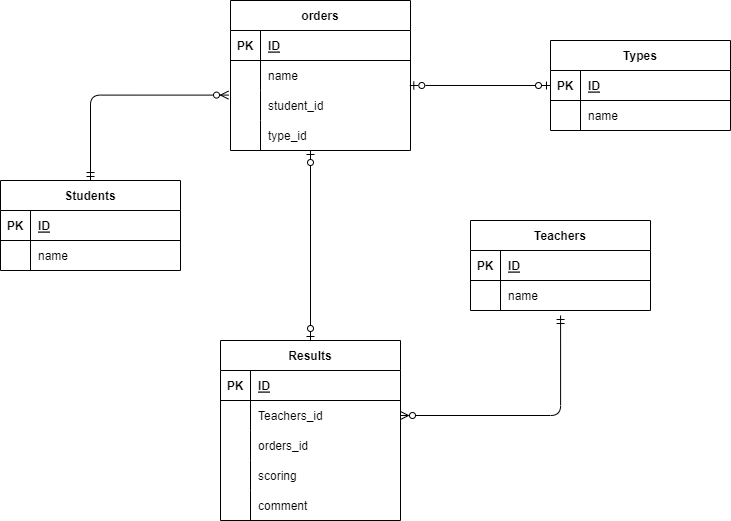
The draw.io diagram index.drawio.png in masshii/datebasesekkei-enshuumondai, before a commit. Source tidied: cells renumbered, new cells last; positions are measured from the earlier drawing's top-left corner, leaving out a move shared by most shapes.
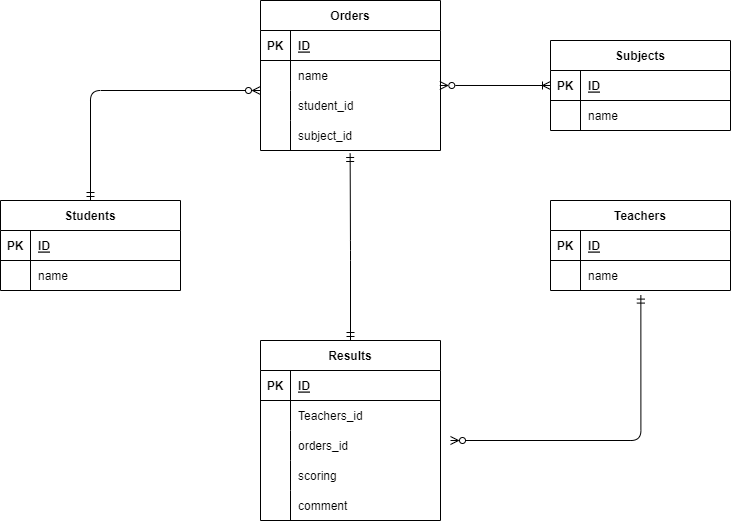
The same diagram one commit later.

What changed in the source:
```diff
@@ -2,8 +2,8 @@
   <root>
     <mxCell id="0" />
     <mxCell id="1" parent="0" />
-    <mxCell id="2" value="orders" style="shape=table;startSize=30;rowLines=0;fontStyle=1;align=center;" parent="1" vertex="1">
-      <mxGeometry x="230" width="180" height="150" as="geometry" />
+    <mxCell id="2" value="Orders" style="shape=table;startSize=30;rowLines=0;fontStyle=1;align=center;" parent="1" vertex="1">
+      <mxGeometry x="260" width="180" height="150" as="geometry" />
     </mxCell>
     <mxCell id="3" style="shape=partialRectangle;fillColor=none;top=0;left=0;bottom=1;right=0;" parent="2" vertex="1">
       <mxGeometry y="30" width="180" height="30" as="geometry" />
@@ -38,14 +38,19 @@
     <mxCell id="13" style="shape=partialRectangle;fillColor=none;top=0;left=0;bottom=0;right=0;overflow=hidden;" parent="12" vertex="1">
       <mxGeometry width="30" height="30" as="geometry" />
     </mxCell>
-    <mxCell id="14" value="type_id" style="shape=partialRectangle;fillColor=none;top=0;left=0;bottom=0;right=0;align=left;spacingLeft=6;overflow=hidden;" parent="12" vertex="1">
+    <mxCell id="14" value="subject_id" style="shape=partialRectangle;fillColor=none;top=0;left=0;bottom=0;right=0;align=left;spacingLeft=6;overflow=hidden;" parent="12" vertex="1">
       <mxGeometry x="30" width="150" height="30" as="geometry" />
     </mxCell>
-    <mxCell id="15" style="edgeStyle=orthogonalEdgeStyle;html=1;exitX=0.5;exitY=0;exitDx=0;exitDy=0;entryX=-0.011;entryY=0.153;entryDx=0;entryDy=0;entryPerimeter=0;startArrow=ERmandOne;startFill=0;endArrow=ERzeroToMany;endFill=0;" parent="1" edge="1" source="16" target="9">
-      <mxGeometry relative="1" as="geometry" />
+    <mxCell id="15" style="edgeStyle=orthogonalEdgeStyle;html=1;exitX=0.5;exitY=0;exitDx=0;exitDy=0;startArrow=ERmandOne;startFill=0;endArrow=ERzeroToMany;endFill=0;" parent="1" edge="1" source="16">
+      <mxGeometry relative="1" as="geometry">
+        <mxPoint x="260" y="90" as="targetPoint" />
+        <Array as="points">
+          <mxPoint x="90" y="90" />
+        </Array>
+      </mxGeometry>
     </mxCell>
     <mxCell id="16" value="Students" style="shape=table;startSize=30;rowLines=0;fontStyle=1;align=center;" parent="1" vertex="1">
-      <mxGeometry y="180" width="180" height="90" as="geometry" />
+      <mxGeometry y="200" width="180" height="90" as="geometry" />
     </mxCell>
     <mxCell id="17" style="shape=partialRectangle;fillColor=none;top=0;left=0;bottom=1;right=0;" parent="16" vertex="1">
       <mxGeometry y="30" width="180" height="30" as="geometry" />
@@ -65,13 +70,15 @@
     <mxCell id="22" value="name" style="shape=partialRectangle;fillColor=none;top=0;left=0;bottom=0;right=0;align=left;spacingLeft=6;overflow=hidden;" parent="20" vertex="1">
       <mxGeometry x="30" width="150" height="30" as="geometry" />
     </mxCell>
-    <mxCell id="23" style="edgeStyle=none;html=1;exitX=0.5;exitY=0;exitDx=0;exitDy=0;startArrow=ERzeroToOne;startFill=0;endArrow=ERzeroToOne;endFill=0;" parent="1" edge="1" source="24">
-      <mxGeometry relative="1" as="geometry">
-        <mxPoint x="310" y="150" as="targetPoint" />
-      </mxGeometry>
-    </mxCell>
+    <mxCell id="56" style="edgeStyle=none;html=1;entryX=0.498;entryY=1.1;entryDx=0;entryDy=0;entryPerimeter=0;startArrow=ERmandOne;startFill=0;endArrow=ERmandOne;endFill=0;exitX=0.5;exitY=0;exitDx=0;exitDy=0;" parent="1" edge="1" source="24" target="12">
+      <mxGeometry relative="1" as="geometry">
+        <Array as="points">
+          <mxPoint x="350" y="250" />
+        </Array>
+      </mxGeometry>
+    </mxCell>
     <mxCell id="24" value="Results" style="shape=table;startSize=30;rowLines=0;fontStyle=1;align=center;" parent="1" vertex="1">
-      <mxGeometry x="220" y="340" width="180" height="180" as="geometry" />
+      <mxGeometry x="260" y="340" width="180" height="180" as="geometry" />
     </mxCell>
     <mxCell id="25" style="shape=partialRectangle;fillColor=none;top=0;left=0;bottom=1;right=0;" parent="24" vertex="1">
       <mxGeometry y="30" width="180" height="30" as="geometry" />
@@ -119,7 +126,7 @@
       <mxGeometry x="30" width="150" height="30" as="geometry" />
     </mxCell>
     <mxCell id="40" value="Teachers" style="shape=table;startSize=30;rowLines=0;fontStyle=1;align=center;" parent="1" vertex="1">
-      <mxGeometry x="470" y="220" width="180" height="90" as="geometry" />
+      <mxGeometry x="550" y="200" width="180" height="90" as="geometry" />
     </mxCell>
     <mxCell id="41" style="shape=partialRectangle;fillColor=none;top=0;left=0;bottom=1;right=0;" parent="40" vertex="1">
       <mxGeometry y="30" width="180" height="30" as="geometry" />
@@ -139,13 +146,15 @@
     <mxCell id="46" value="name" style="shape=partialRectangle;fillColor=none;top=0;left=0;bottom=0;right=0;align=left;spacingLeft=6;overflow=hidden;" parent="44" vertex="1">
       <mxGeometry x="30" width="150" height="30" as="geometry" />
     </mxCell>
-    <mxCell id="47" style="edgeStyle=orthogonalEdgeStyle;html=1;exitX=1;exitY=0.5;exitDx=0;exitDy=0;startArrow=ERzeroToMany;startFill=0;endArrow=ERmandOne;endFill=0;entryX=0.556;entryY=1;entryDx=0;entryDy=0;entryPerimeter=0;" parent="1" edge="1">
+    <mxCell id="47" style="edgeStyle=orthogonalEdgeStyle;html=1;startArrow=ERzeroToMany;startFill=0;endArrow=ERmandOne;endFill=0;entryX=0.502;entryY=1.153;entryDx=0;entryDy=0;entryPerimeter=0;" parent="1" edge="1" target="44">
       <mxGeometry relative="1" as="geometry">
-        <mxPoint x="400" y="415" as="sourcePoint" />
-        <mxPoint x="560.1" y="315" as="targetPoint" />
+        <mxPoint x="450" y="440" as="sourcePoint" />
+        <Array as="points">
+          <mxPoint x="640" y="440" />
+        </Array>
       </mxGeometry>
     </mxCell>
-    <mxCell id="48" value="Types" style="shape=table;startSize=30;rowLines=0;fontStyle=1;align=center;" parent="1" vertex="1">
+    <mxCell id="48" value="Subjects" style="shape=table;startSize=30;rowLines=0;fontStyle=1;align=center;" parent="1" vertex="1">
       <mxGeometry x="550" y="40" width="180" height="90" as="geometry" />
     </mxCell>
     <mxCell id="49" style="shape=partialRectangle;fillColor=none;top=0;left=0;bottom=1;right=0;points=[[0,0.5],[1,0.5]];portConstraint=eastwest;" parent="48" vertex="1">
@@ -166,7 +175,7 @@
     <mxCell id="54" value="name" style="shape=partialRectangle;fillColor=none;top=0;left=0;bottom=0;right=0;align=left;spacingLeft=6;overflow=hidden;" parent="52" vertex="1">
       <mxGeometry x="30" width="150" height="30" as="geometry" />
     </mxCell>
-    <mxCell id="55" style="edgeStyle=none;html=1;exitX=0;exitY=0.5;exitDx=0;exitDy=0;entryX=0.996;entryY=-0.167;entryDx=0;entryDy=0;entryPerimeter=0;startArrow=ERzeroToOne;startFill=0;endArrow=ERzeroToOne;endFill=0;" parent="1" edge="1" source="49" target="9">
+    <mxCell id="55" style="edgeStyle=none;html=1;exitX=0;exitY=0.5;exitDx=0;exitDy=0;entryX=0.996;entryY=-0.167;entryDx=0;entryDy=0;entryPerimeter=0;startArrow=ERoneToMany;startFill=0;endArrow=ERzeroToMany;endFill=0;" parent="1" edge="1" source="49" target="9">
       <mxGeometry relative="1" as="geometry" />
     </mxCell>
   </root>
```
